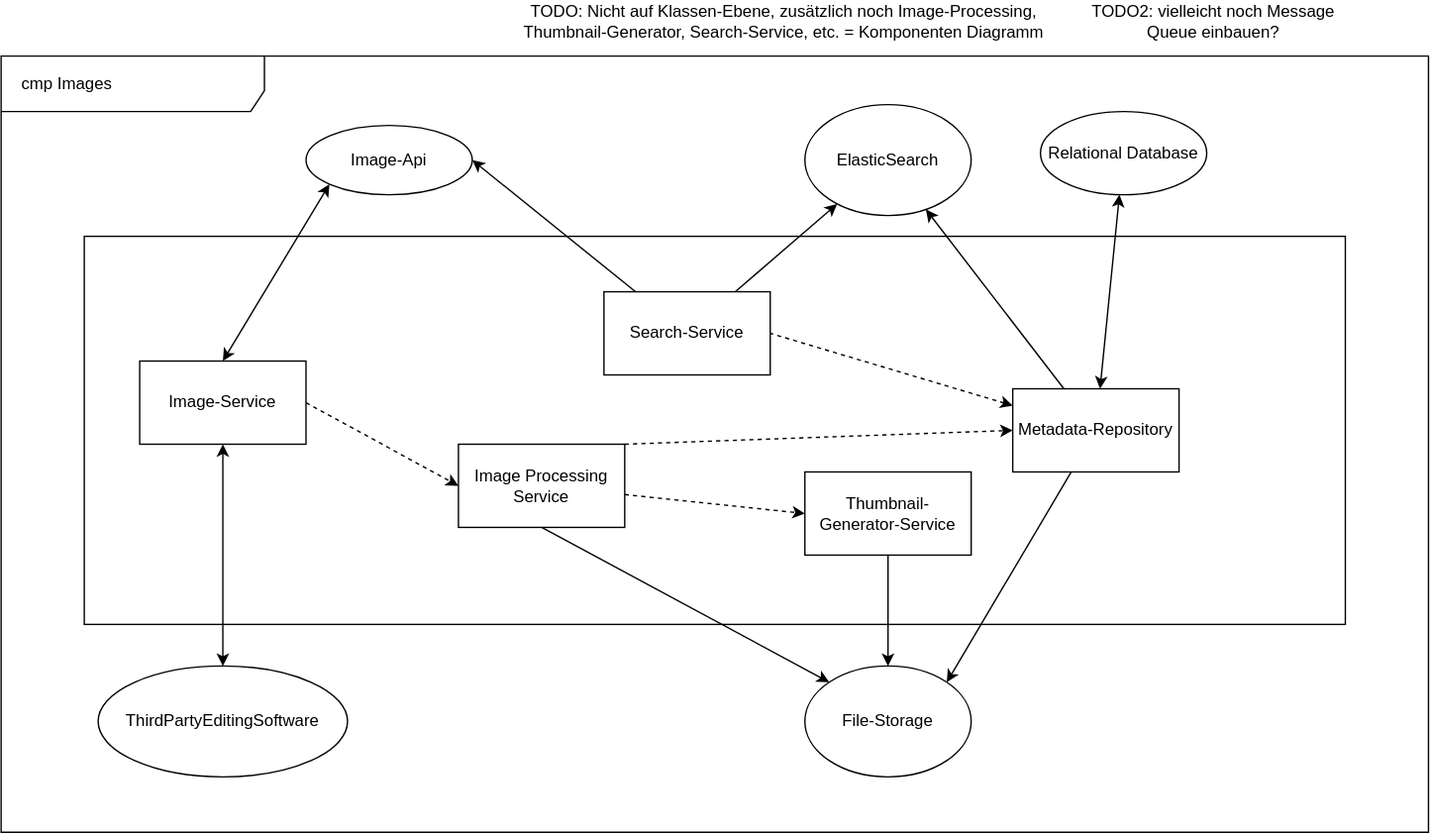
Before: images/SWARC_Building_Block_2.drawio.svg, a diagram exported from draw.io (Z1rael/swa). Source tidied: cells renumbered, new cells last; positions are measured from the earlier drawing's top-left corner, leaving out a move shared by most shapes. Its diagram source:
```xml
<mxGraphModel>
  <root>
    <mxCell id="0" />
    <mxCell id="1" parent="0" />
    <mxCell id="2" style="rounded=0;whiteSpace=wrap;html=1;" parent="1" vertex="1">
      <mxGeometry x="60" y="170" width="910" height="280" as="geometry" />
    </mxCell>
    <mxCell id="3" value="cmp Images&lt;span style=&quot;white-space: pre;&quot;&gt;&#9;&lt;/span&gt;&lt;span style=&quot;white-space: pre;&quot;&gt;&#9;&lt;/span&gt;&lt;span style=&quot;white-space: pre;&quot;&gt;&#9;&lt;/span&gt;&lt;span style=&quot;white-space: pre;&quot;&gt;&#9;&lt;/span&gt;" style="shape=umlFrame;whiteSpace=wrap;html=1;width=190;height=40;" parent="1" vertex="1">
      <mxGeometry y="40" width="1030" height="560" as="geometry" />
    </mxCell>
    <mxCell id="4" style="rounded=0;jettySize=auto;html=1;entryX=0;entryY=0.5;entryDx=0;entryDy=0;dashed=1;" parent="1" edge="1" source="5" target="25">
      <mxGeometry relative="1" as="geometry" />
    </mxCell>
    <mxCell id="5" value="Image Processing Service" style="rounded=0;whiteSpace=wrap;html=1;" parent="1" vertex="1">
      <mxGeometry x="330" y="320" width="120" height="60" as="geometry" />
    </mxCell>
    <mxCell id="6" style="rounded=0;jettySize=auto;html=1;entryX=1;entryY=0;entryDx=0;entryDy=0;" parent="1" edge="1" source="10" target="19">
      <mxGeometry relative="1" as="geometry" />
    </mxCell>
    <mxCell id="7" style="rounded=0;jettySize=auto;html=1;entryX=1;entryY=0.5;entryDx=0;entryDy=0;dashed=1;startArrow=classic;startFill=1;endArrow=none;endFill=0;" parent="1" edge="1" source="10" target="23">
      <mxGeometry relative="1" as="geometry" />
    </mxCell>
    <mxCell id="8" style="rounded=0;jettySize=auto;html=1;startArrow=classic;startFill=1;" parent="1" edge="1" source="10" target="26">
      <mxGeometry relative="1" as="geometry" />
    </mxCell>
    <mxCell id="9" style="rounded=0;jettySize=auto;html=1;" parent="1" edge="1" source="10" target="28">
      <mxGeometry relative="1" as="geometry" />
    </mxCell>
    <mxCell id="10" value="Metadata-Repository" style="rounded=0;whiteSpace=wrap;html=1;" parent="1" vertex="1">
      <mxGeometry x="730" y="280" width="120" height="60" as="geometry" />
    </mxCell>
    <mxCell id="11" value="Image-Service" style="rounded=0;whiteSpace=wrap;html=1;" parent="1" vertex="1">
      <mxGeometry x="100" y="260" width="120" height="60" as="geometry" />
    </mxCell>
    <mxCell id="12" style="endArrow=classic;html=1;rounded=0;dashed=1;exitX=1;exitY=0.5;exitDx=0;exitDy=0;entryX=0;entryY=0.5;entryDx=0;entryDy=0;" parent="1" edge="1" source="11" target="5">
      <mxGeometry relative="1" as="geometry" />
    </mxCell>
    <mxCell id="13" style="endArrow=classic;html=1;rounded=0;exitX=0.5;exitY=1;exitDx=0;exitDy=0;entryX=0;entryY=0;entryDx=0;entryDy=0;" parent="1" edge="1" source="5" target="19">
      <mxGeometry relative="1" as="geometry" />
    </mxCell>
    <mxCell id="14" style="endArrow=classic;html=1;rounded=0;dashed=1;entryX=0;entryY=0.5;entryDx=0;entryDy=0;exitX=1;exitY=0;exitDx=0;exitDy=0;" parent="1" edge="1" source="5" target="10">
      <mxGeometry relative="1" as="geometry" />
    </mxCell>
    <mxCell id="15" style="endArrow=classic;html=1;rounded=0;entryX=0.5;entryY=0;entryDx=0;entryDy=0;exitX=0.5;exitY=1;exitDx=0;exitDy=0;startArrow=classic;startFill=1;" parent="1" edge="1" source="11" target="18">
      <mxGeometry relative="1" as="geometry" />
    </mxCell>
    <mxCell id="16" value="Image-Api" style="ellipse;whiteSpace=wrap;html=1;" parent="1" vertex="1">
      <mxGeometry x="220" y="90" width="120" height="50" as="geometry" />
    </mxCell>
    <mxCell id="17" style="endArrow=classic;html=1;rounded=0;exitX=0.5;exitY=0;exitDx=0;exitDy=0;entryX=0;entryY=1;entryDx=0;entryDy=0;startArrow=classic;startFill=1;" parent="1" edge="1" source="11" target="16">
      <mxGeometry relative="1" as="geometry" />
    </mxCell>
    <mxCell id="18" value="ThirdPartyEditingSoftware" style="ellipse;whiteSpace=wrap;html=1;" parent="1" vertex="1">
      <mxGeometry x="70" y="480" width="180" height="80" as="geometry" />
    </mxCell>
    <mxCell id="19" value="File-Storage" style="ellipse;whiteSpace=wrap;html=1;" parent="1" vertex="1">
      <mxGeometry x="580" y="480" width="120" height="80" as="geometry" />
    </mxCell>
    <mxCell id="20" value="TODO: Nicht auf Klassen-Ebene, zusätzlich noch Image-Processing, Thumbnail-Generator, Search-Service, etc. = Komponenten Diagramm" style="text;html=1;whiteSpace=wrap;strokeColor=none;fillColor=none;align=center;verticalAlign=middle;rounded=0;" parent="1" vertex="1">
      <mxGeometry x="350" width="430" height="30" as="geometry" />
    </mxCell>
    <mxCell id="21" style="rounded=0;jettySize=auto;html=1;entryX=1;entryY=0.5;entryDx=0;entryDy=0;" parent="1" edge="1" source="23" target="16">
      <mxGeometry relative="1" as="geometry" />
    </mxCell>
    <mxCell id="22" style="rounded=0;jettySize=auto;html=1;" parent="1" edge="1" source="23" target="28">
      <mxGeometry relative="1" as="geometry" />
    </mxCell>
    <mxCell id="23" value="Search-Service" style="rounded=0;whiteSpace=wrap;html=1;" parent="1" vertex="1">
      <mxGeometry x="435" y="210" width="120" height="60" as="geometry" />
    </mxCell>
    <mxCell id="24" style="rounded=0;jettySize=auto;html=1;" parent="1" edge="1" source="25" target="19">
      <mxGeometry relative="1" as="geometry" />
    </mxCell>
    <mxCell id="25" value="Thumbnail-Generator-Service" style="rounded=0;whiteSpace=wrap;html=1;" parent="1" vertex="1">
      <mxGeometry x="580" y="340" width="120" height="60" as="geometry" />
    </mxCell>
    <mxCell id="26" value="Relational Database" style="ellipse;whiteSpace=wrap;html=1;" parent="1" vertex="1">
      <mxGeometry x="750" y="80" width="120" height="60" as="geometry" />
    </mxCell>
    <mxCell id="27" value="TODO2: vielleicht noch Message Queue einbauen?" style="text;html=1;whiteSpace=wrap;strokeColor=none;fillColor=none;align=center;verticalAlign=middle;rounded=0;" parent="1" vertex="1">
      <mxGeometry x="780" width="190" height="30" as="geometry" />
    </mxCell>
    <mxCell id="28" value="ElasticSearch" style="ellipse;whiteSpace=wrap;html=1;" parent="1" vertex="1">
      <mxGeometry x="580" y="75" width="120" height="80" as="geometry" />
    </mxCell>
  </root>
</mxGraphModel>
```
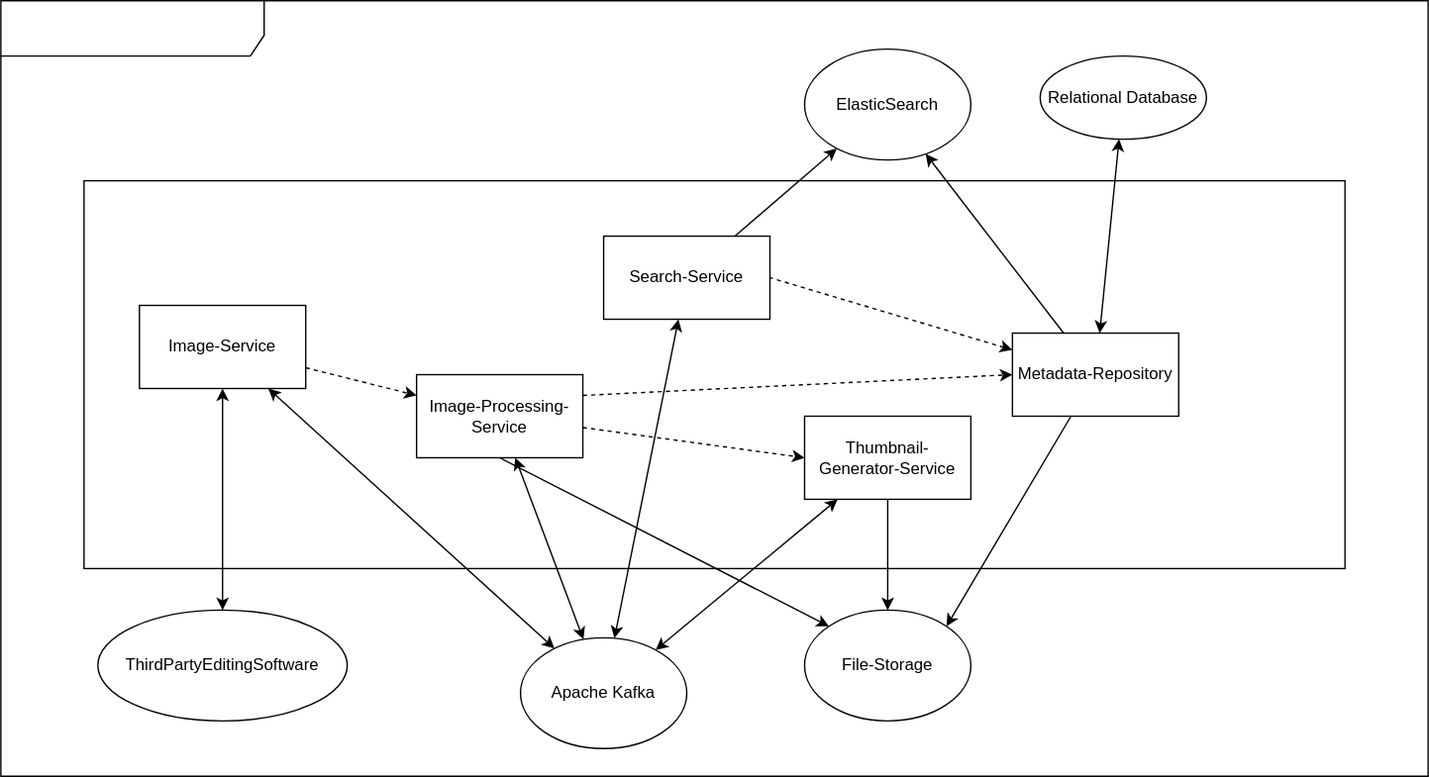
Above is the later version.

Commit message:
05_building_block_view

The edit, as a diff of the source:
```diff
@@ -11,8 +11,8 @@
     <mxCell id="4" style="rounded=0;jettySize=auto;html=1;entryX=0;entryY=0.5;entryDx=0;entryDy=0;dashed=1;" parent="1" edge="1" source="5" target="25">
       <mxGeometry relative="1" as="geometry" />
     </mxCell>
-    <mxCell id="5" value="Image Processing Service" style="rounded=0;whiteSpace=wrap;html=1;" parent="1" vertex="1">
-      <mxGeometry x="330" y="320" width="120" height="60" as="geometry" />
+    <mxCell id="5" value="Image-Processing-Service" style="rounded=0;whiteSpace=wrap;html=1;" parent="1" vertex="1">
+      <mxGeometry x="300" y="310" width="120" height="60" as="geometry" />
     </mxCell>
     <mxCell id="6" style="rounded=0;jettySize=auto;html=1;entryX=1;entryY=0;entryDx=0;entryDy=0;" parent="1" edge="1" source="10" target="19">
       <mxGeometry relative="1" as="geometry" />
@@ -29,39 +29,27 @@
     <mxCell id="10" value="Metadata-Repository" style="rounded=0;whiteSpace=wrap;html=1;" parent="1" vertex="1">
       <mxGeometry x="730" y="280" width="120" height="60" as="geometry" />
     </mxCell>
+    <mxCell id="29" style="edgeStyle=none;html=1;startArrow=classic;startFill=1;" parent="1" edge="1" source="11" target="33">
+      <mxGeometry relative="1" as="geometry" />
+    </mxCell>
     <mxCell id="11" value="Image-Service" style="rounded=0;whiteSpace=wrap;html=1;" parent="1" vertex="1">
       <mxGeometry x="100" y="260" width="120" height="60" as="geometry" />
     </mxCell>
-    <mxCell id="12" style="endArrow=classic;html=1;rounded=0;dashed=1;exitX=1;exitY=0.5;exitDx=0;exitDy=0;entryX=0;entryY=0.5;entryDx=0;entryDy=0;" parent="1" edge="1" source="11" target="5">
-      <mxGeometry relative="1" as="geometry" />
-    </mxCell>
     <mxCell id="13" style="endArrow=classic;html=1;rounded=0;exitX=0.5;exitY=1;exitDx=0;exitDy=0;entryX=0;entryY=0;entryDx=0;entryDy=0;" parent="1" edge="1" source="5" target="19">
       <mxGeometry relative="1" as="geometry" />
     </mxCell>
-    <mxCell id="14" style="endArrow=classic;html=1;rounded=0;dashed=1;entryX=0;entryY=0.5;entryDx=0;entryDy=0;exitX=1;exitY=0;exitDx=0;exitDy=0;" parent="1" edge="1" source="5" target="10">
+    <mxCell id="14" style="endArrow=classic;html=1;rounded=0;dashed=1;entryX=0;entryY=0.5;entryDx=0;entryDy=0;exitX=1;exitY=0.25;exitDx=0;exitDy=0;" parent="1" edge="1" source="5" target="10">
       <mxGeometry relative="1" as="geometry" />
     </mxCell>
     <mxCell id="15" style="endArrow=classic;html=1;rounded=0;entryX=0.5;entryY=0;entryDx=0;entryDy=0;exitX=0.5;exitY=1;exitDx=0;exitDy=0;startArrow=classic;startFill=1;" parent="1" edge="1" source="11" target="18">
       <mxGeometry relative="1" as="geometry" />
     </mxCell>
-    <mxCell id="16" value="Image-Api" style="ellipse;whiteSpace=wrap;html=1;" parent="1" vertex="1">
-      <mxGeometry x="220" y="90" width="120" height="50" as="geometry" />
-    </mxCell>
-    <mxCell id="17" style="endArrow=classic;html=1;rounded=0;exitX=0.5;exitY=0;exitDx=0;exitDy=0;entryX=0;entryY=1;entryDx=0;entryDy=0;startArrow=classic;startFill=1;" parent="1" edge="1" source="11" target="16">
-      <mxGeometry relative="1" as="geometry" />
-    </mxCell>
     <mxCell id="18" value="ThirdPartyEditingSoftware" style="ellipse;whiteSpace=wrap;html=1;" parent="1" vertex="1">
       <mxGeometry x="70" y="480" width="180" height="80" as="geometry" />
     </mxCell>
     <mxCell id="19" value="File-Storage" style="ellipse;whiteSpace=wrap;html=1;" parent="1" vertex="1">
       <mxGeometry x="580" y="480" width="120" height="80" as="geometry" />
     </mxCell>
-    <mxCell id="20" value="TODO: Nicht auf Klassen-Ebene, zusätzlich noch Image-Processing, Thumbnail-Generator, Search-Service, etc. = Komponenten Diagramm" style="text;html=1;whiteSpace=wrap;strokeColor=none;fillColor=none;align=center;verticalAlign=middle;rounded=0;" parent="1" vertex="1">
-      <mxGeometry x="350" width="430" height="30" as="geometry" />
-    </mxCell>
-    <mxCell id="21" style="rounded=0;jettySize=auto;html=1;entryX=1;entryY=0.5;entryDx=0;entryDy=0;" parent="1" edge="1" source="23" target="16">
-      <mxGeometry relative="1" as="geometry" />
-    </mxCell>
     <mxCell id="22" style="rounded=0;jettySize=auto;html=1;" parent="1" edge="1" source="23" target="28">
       <mxGeometry relative="1" as="geometry" />
     </mxCell>
@@ -77,11 +65,23 @@
     <mxCell id="26" value="Relational Database" style="ellipse;whiteSpace=wrap;html=1;" parent="1" vertex="1">
       <mxGeometry x="750" y="80" width="120" height="60" as="geometry" />
     </mxCell>
-    <mxCell id="27" value="TODO2: vielleicht noch Message Queue einbauen?" style="text;html=1;whiteSpace=wrap;strokeColor=none;fillColor=none;align=center;verticalAlign=middle;rounded=0;" parent="1" vertex="1">
-      <mxGeometry x="780" width="190" height="30" as="geometry" />
-    </mxCell>
     <mxCell id="28" value="ElasticSearch" style="ellipse;whiteSpace=wrap;html=1;" parent="1" vertex="1">
       <mxGeometry x="580" y="75" width="120" height="80" as="geometry" />
     </mxCell>
+    <mxCell id="30" style="edgeStyle=none;html=1;startArrow=classic;startFill=1;" parent="1" edge="1" source="33" target="5">
+      <mxGeometry relative="1" as="geometry" />
+    </mxCell>
+    <mxCell id="31" style="edgeStyle=none;html=1;startArrow=classic;startFill=1;" parent="1" edge="1" source="33" target="25">
+      <mxGeometry relative="1" as="geometry" />
+    </mxCell>
+    <mxCell id="32" style="edgeStyle=none;html=1;startArrow=classic;startFill=1;" parent="1" edge="1" source="33" target="23">
+      <mxGeometry relative="1" as="geometry" />
+    </mxCell>
+    <mxCell id="33" value="&lt;span style=&quot;color: rgb(0, 0, 0);&quot;&gt;Apache Kafka&lt;/span&gt;" style="ellipse;whiteSpace=wrap;html=1;" parent="1" vertex="1">
+      <mxGeometry x="375" y="500" width="120" height="80" as="geometry" />
+    </mxCell>
+    <mxCell id="12" style="endArrow=classic;html=1;rounded=0;dashed=1;" parent="1" edge="1" source="11" target="5">
+      <mxGeometry relative="1" as="geometry" />
+    </mxCell>
   </root>
 </mxGraphModel>
```
